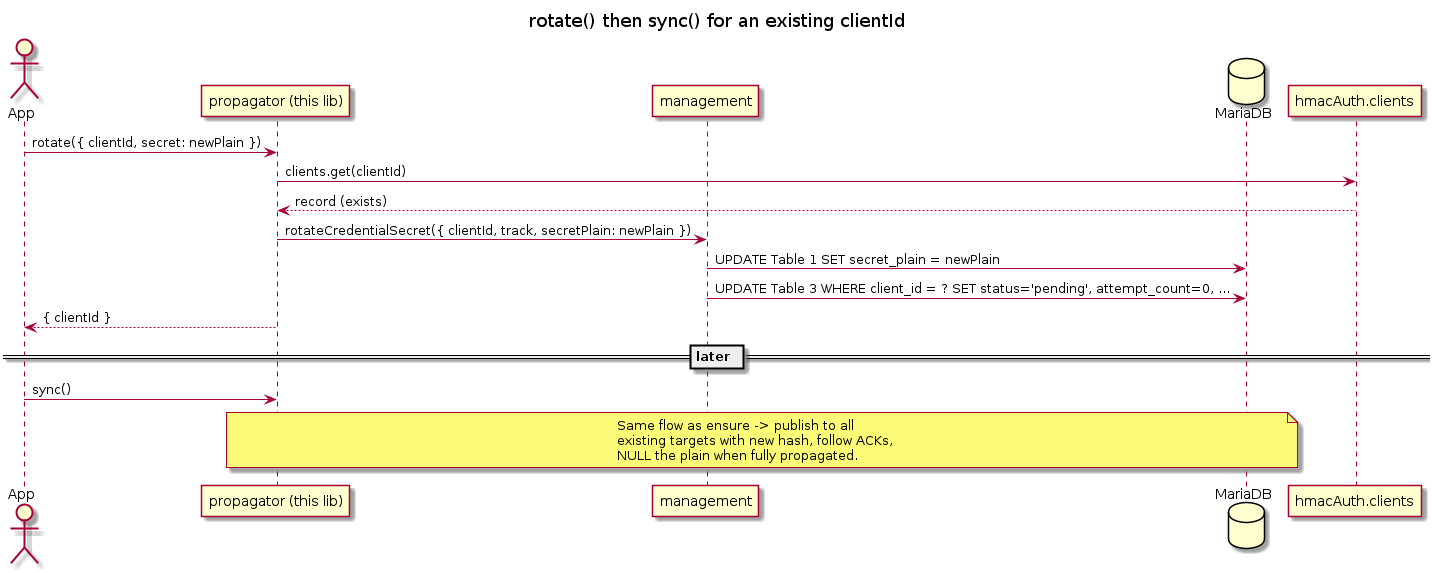
Above: docs/diagrams/seq-rotate.png in padcmoi/node-hmac-auth-core-propagation (PlantUML), before the change. Its source is kept beside it as docs/diagrams/seq-rotate.puml.
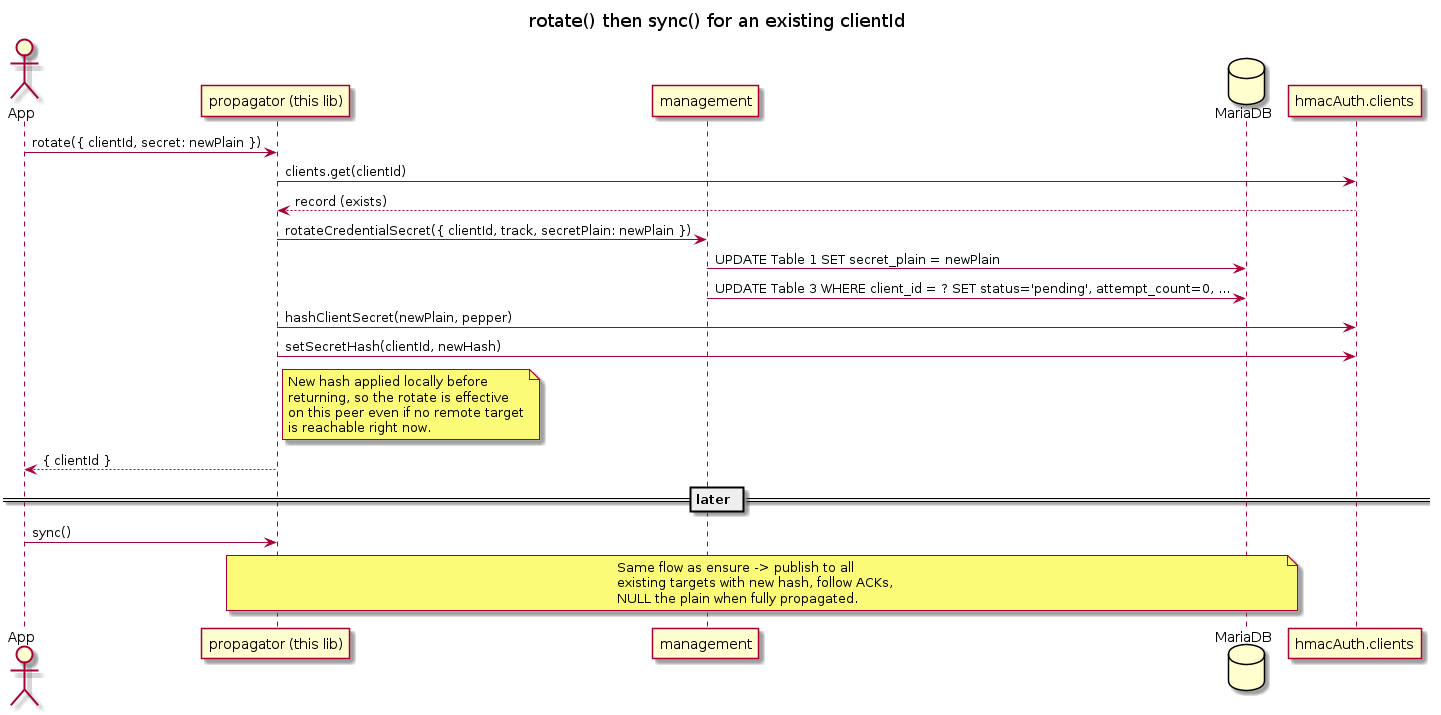
The same diagram one commit later.

Commit message:
docs: sync docs and diagrams with publish-once policy, immediate local apply, zero-loss restart, distinct peppers, poc target endpoints + local dev

What changed in the source:
```diff
@@ -13,6 +13,14 @@
 Lib -> Mgmt : rotateCredentialSecret({ clientId, track, secretPlain: newPlain })
 Mgmt -> DB : UPDATE Table 1 SET secret_plain = newPlain
 Mgmt -> DB : UPDATE Table 3 WHERE client_id = ? SET status='pending', attempt_count=0, ...
+Lib -> Core : hashClientSecret(newPlain, pepper)
+Lib -> Core : setSecretHash(clientId, newHash)
+note right of Lib
+  New hash applied locally before
+  returning, so the rotate is effective
+  on this peer even if no remote target
+  is reachable right now.
+end note
 Lib --> App : { clientId }
 
 == later ==
```
